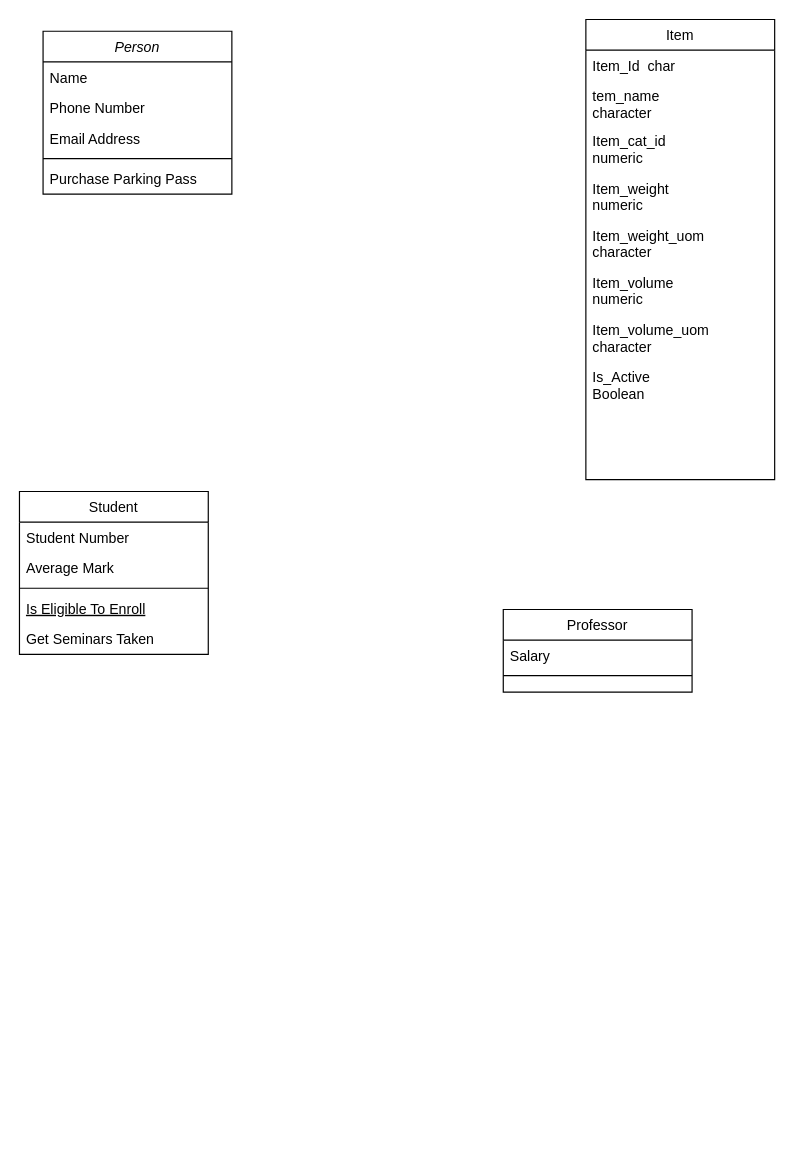
This is Untitled Diagram.drawio from Lalit1431/TDP_SchemaDesign, a draw.io file, before an edit. Source tidied: cells renumbered, new cells numbered last; positions are measured from the earlier drawing's top-left corner, leaving out a move shared by most shapes. Both pictures are drawn from the tidied source at 118%, with x=0, y=0 at pixel (19, 19).
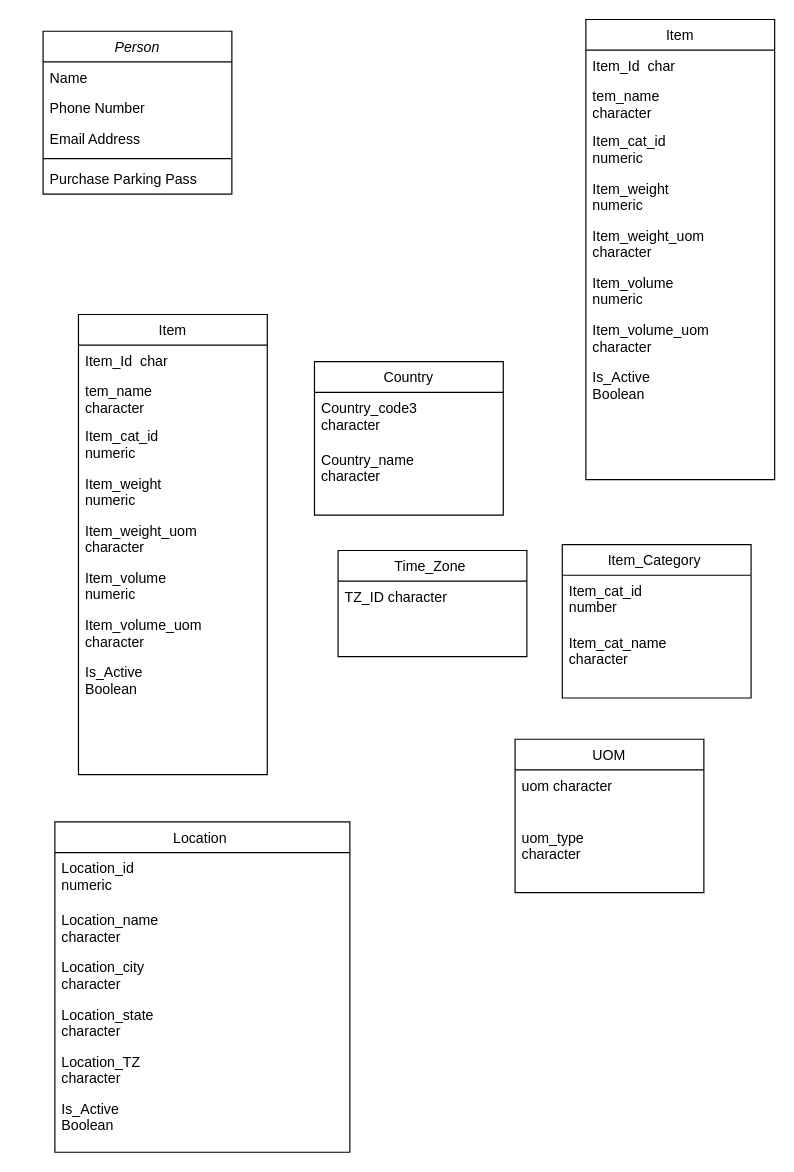
After the change.

The edit, as a diff of the source:
```diff
@@
-    <mxCell id="8" value="Student" style="swimlane;fontStyle=0;align=center;verticalAlign=top;horizontal=1;startSize=26;rounded=0;shadow=0;strokeWidth=1;" parent="1" vertex="1">
-      <mxGeometry y="400" width="160" height="138" as="geometry" />
+    <mxCell id="8" value="Location " style="swimlane;fontStyle=0;align=center;verticalAlign=top;horizontal=1;startSize=26;rounded=0;shadow=0;strokeWidth=1;" parent="1" vertex="1">
+      <mxGeometry x="30" y="680" width="250" height="280" as="geometry" />
     </mxCell>
-    <mxCell id="9" value="Student Number" style="text;align=left;verticalAlign=top;spacingLeft=4;spacingRight=4;overflow=hidden;" parent="8" vertex="1">
-      <mxGeometry y="26" width="160" height="26" as="geometry" />
+    <mxCell id="9" value="Location_id&#10;numeric" style="text;align=left;verticalAlign=top;spacingLeft=4;spacingRight=4;overflow=hidden;" parent="8" vertex="1">
+      <mxGeometry y="26" width="250" height="44" as="geometry" />
     </mxCell>
-    <mxCell id="10" value="Average Mark" style="text;align=left;verticalAlign=top;spacingLeft=4;spacingRight=4;overflow=hidden;rounded=0;shadow=0;html=0;" parent="8" vertex="1">
-      <mxGeometry y="52" width="160" height="26" as="geometry" />
+    <mxCell id="10" value="Location_name&#10;character" style="text;align=left;verticalAlign=top;spacingLeft=4;spacingRight=4;overflow=hidden;rounded=0;shadow=0;html=0;" parent="8" vertex="1">
+      <mxGeometry y="70" width="250" height="40" as="geometry" />
     </mxCell>
-    <mxCell id="11" style="line;html=1;strokeWidth=1;align=left;verticalAlign=middle;spacingTop=-1;spacingLeft=3;spacingRight=3;labelPosition=right;" parent="8" vertex="1">
-      <mxGeometry y="78" width="160" height="8" as="geometry" />
-    </mxCell>
-    <mxCell id="12" value="Is Eligible To Enroll" style="text;align=left;verticalAlign=top;spacingLeft=4;spacingRight=4;overflow=hidden;fontStyle=4;" parent="8" vertex="1">
-      <mxGeometry y="86" width="160" height="26" as="geometry" />
-    </mxCell>
-    <mxCell id="13" value="Get Seminars Taken" style="text;align=left;verticalAlign=top;spacingLeft=4;spacingRight=4;overflow=hidden;" parent="8" vertex="1">
-      <mxGeometry y="112" width="160" height="26" as="geometry" />
+    <mxCell id="13" value="Location_city&#10;character" style="text;align=left;verticalAlign=top;spacingLeft=4;spacingRight=4;overflow=hidden;" parent="8" vertex="1">
+      <mxGeometry y="110" width="250" height="40" as="geometry" />
     </mxCell>
+    <mxCell id="26" value="Location_state&#10;character" style="text;align=left;verticalAlign=top;spacingLeft=4;spacingRight=4;overflow=hidden;" parent="8" vertex="1">
+      <mxGeometry y="150" width="250" height="40" as="geometry" />
+    </mxCell>
+    <mxCell id="27" value="Location_TZ&#10;character" style="text;align=left;verticalAlign=top;spacingLeft=4;spacingRight=4;overflow=hidden;" parent="8" vertex="1">
+      <mxGeometry y="190" width="250" height="40" as="geometry" />
+    </mxCell>
+    <mxCell id="28" value="Is_Active&#10;Boolean" style="text;align=left;verticalAlign=top;spacingLeft=4;spacingRight=4;overflow=hidden;" parent="8" vertex="1">
+      <mxGeometry y="230" width="250" height="40" as="geometry" />
+    </mxCell>
-    <mxCell id="14" value="Professor" style="swimlane;fontStyle=0;align=center;verticalAlign=top;horizontal=1;startSize=26;rounded=0;shadow=0;strokeWidth=1;" parent="1" vertex="1">
-      <mxGeometry x="410" y="500" width="160" height="70" as="geometry" />
+    <mxCell id="14" value="Item_Category " style="swimlane;fontStyle=0;align=center;verticalAlign=top;horizontal=1;startSize=26;rounded=0;shadow=0;strokeWidth=1;" parent="1" vertex="1">
+      <mxGeometry x="460" y="445" width="160" height="130" as="geometry" />
     </mxCell>
-    <mxCell id="15" value="Salary" style="text;align=left;verticalAlign=top;spacingLeft=4;spacingRight=4;overflow=hidden;" parent="14" vertex="1">
-      <mxGeometry y="26" width="160" height="26" as="geometry" />
+    <mxCell id="15" value="Item_cat_id&#10;number" style="text;align=left;verticalAlign=top;spacingLeft=4;spacingRight=4;overflow=hidden;" parent="14" vertex="1">
+      <mxGeometry y="26" width="160" height="44" as="geometry" />
     </mxCell>
-    <mxCell id="16" style="line;html=1;strokeWidth=1;align=left;verticalAlign=middle;spacingTop=-1;spacingLeft=3;spacingRight=3;labelPosition=right;" parent="14" vertex="1">
-      <mxGeometry y="52" width="160" height="8" as="geometry" />
-    </mxCell>
+    <mxCell id="29" value="Item_cat_name&#10;character" style="text;align=left;verticalAlign=top;spacingLeft=4;spacingRight=4;overflow=hidden;" parent="14" vertex="1">
+      <mxGeometry y="70" width="160" height="48" as="geometry" />
+    </mxCell>
@@
+    <mxCell id="30" value="UOM" style="swimlane;fontStyle=0;align=center;verticalAlign=top;horizontal=1;startSize=26;rounded=0;shadow=0;strokeWidth=1;" parent="1" vertex="1">
+      <mxGeometry x="420" y="610" width="160" height="130" as="geometry" />
+    </mxCell>
+    <mxCell id="31" value="uom character" style="text;align=left;verticalAlign=top;spacingLeft=4;spacingRight=4;overflow=hidden;" parent="30" vertex="1">
+      <mxGeometry y="26" width="160" height="44" as="geometry" />
+    </mxCell>
+    <mxCell id="32" value="uom_type&#10;character" style="text;align=left;verticalAlign=top;spacingLeft=4;spacingRight=4;overflow=hidden;" parent="30" vertex="1">
+      <mxGeometry y="70" width="160" height="48" as="geometry" />
+    </mxCell>
+    <mxCell id="33" value="Item" style="swimlane;fontStyle=0;align=center;verticalAlign=top;horizontal=1;startSize=26;rounded=0;shadow=0;strokeWidth=1;" parent="1" vertex="1">
+      <mxGeometry x="50" y="250" width="160" height="390" as="geometry" />
+    </mxCell>
+    <mxCell id="34" value="Item_Id  char" style="text;align=left;verticalAlign=top;spacingLeft=4;spacingRight=4;overflow=hidden;" parent="33" vertex="1">
+      <mxGeometry y="26" width="160" height="26" as="geometry" />
+    </mxCell>
+    <mxCell id="35" value="tem_name&#10;character" style="text;align=left;verticalAlign=top;spacingLeft=4;spacingRight=4;overflow=hidden;rounded=0;shadow=0;html=0;" parent="33" vertex="1">
+      <mxGeometry y="52" width="160" height="38" as="geometry" />
+    </mxCell>
+    <mxCell id="36" value="Item_cat_id&#10;numeric" style="text;align=left;verticalAlign=top;spacingLeft=4;spacingRight=4;overflow=hidden;rounded=0;shadow=0;html=0;" parent="33" vertex="1">
+      <mxGeometry y="90" width="160" height="40" as="geometry" />
+    </mxCell>
+    <mxCell id="37" value="Item_weight&#10;numeric" style="text;align=left;verticalAlign=top;spacingLeft=4;spacingRight=4;overflow=hidden;rounded=0;shadow=0;html=0;" parent="33" vertex="1">
+      <mxGeometry y="130" width="160" height="40" as="geometry" />
+    </mxCell>
+    <mxCell id="38" value="Item_weight_uom&#10;character" style="text;align=left;verticalAlign=top;spacingLeft=4;spacingRight=4;overflow=hidden;" parent="33" vertex="1">
+      <mxGeometry y="170" width="160" height="40" as="geometry" />
+    </mxCell>
+    <mxCell id="39" value="Item_volume&#10;numeric" style="text;align=left;verticalAlign=top;spacingLeft=4;spacingRight=4;overflow=hidden;rounded=0;shadow=0;html=0;" parent="33" vertex="1">
+      <mxGeometry y="210" width="160" height="40" as="geometry" />
+    </mxCell>
+    <mxCell id="40" value="Item_volume_uom&#10;character" style="text;align=left;verticalAlign=top;spacingLeft=4;spacingRight=4;overflow=hidden;rounded=0;shadow=0;html=0;" parent="33" vertex="1">
+      <mxGeometry y="250" width="160" height="40" as="geometry" />
+    </mxCell>
+    <mxCell id="41" value="Is_Active&#10;Boolean" style="text;align=left;verticalAlign=top;spacingLeft=4;spacingRight=4;overflow=hidden;rounded=0;shadow=0;html=0;" parent="33" vertex="1">
+      <mxGeometry y="290" width="160" height="40" as="geometry" />
+    </mxCell>
+    <mxCell id="42" value="Country" style="swimlane;fontStyle=0;align=center;verticalAlign=top;horizontal=1;startSize=26;rounded=0;shadow=0;strokeWidth=1;" parent="1" vertex="1">
+      <mxGeometry x="250" y="290" width="160" height="130" as="geometry" />
+    </mxCell>
+    <mxCell id="43" value="Country_code3&#10;character&#10;&#10;&#10;&#10;" style="text;align=left;verticalAlign=top;spacingLeft=4;spacingRight=4;overflow=hidden;" parent="42" vertex="1">
+      <mxGeometry y="26" width="160" height="44" as="geometry" />
+    </mxCell>
+    <mxCell id="44" value="Country_name&#10;character" style="text;align=left;verticalAlign=top;spacingLeft=4;spacingRight=4;overflow=hidden;" parent="42" vertex="1">
+      <mxGeometry y="70" width="160" height="48" as="geometry" />
+    </mxCell>
+    <mxCell id="45" value="Time_Zone " style="swimlane;fontStyle=0;align=center;verticalAlign=top;horizontal=1;startSize=26;rounded=0;shadow=0;strokeWidth=1;" parent="1" vertex="1">
+      <mxGeometry x="270" y="450" width="160" height="90" as="geometry" />
+    </mxCell>
+    <mxCell id="46" value="TZ_ID character" style="text;align=left;verticalAlign=top;spacingLeft=4;spacingRight=4;overflow=hidden;" parent="45" vertex="1">
+      <mxGeometry y="26" width="160" height="44" as="geometry" />
+    </mxCell>
```
